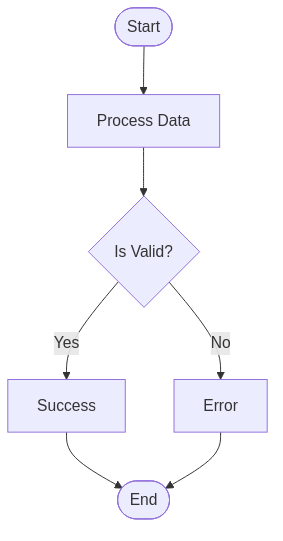
Above: rendered_output/charts/diagram-2.png in Replicant-Partners/fermi (Mermaid), before the change. Its source is kept beside it as rendered_output/charts/diagram-2.mmd.
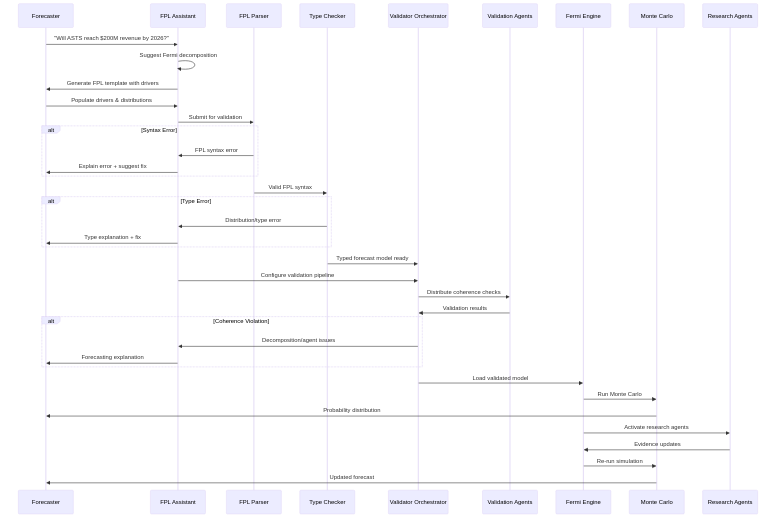
Later version of the same file.

Change to the diagram source:
```diff
@@ -20,10 +20,53 @@
       'fontSize': '14px'
     }
   }
-}%%flowchart TD
-    Start([Start]) --> Process[Process Data]
-    Process --> Decision{Is Valid?}
-    Decision -->|Yes| Success[Success]
-    Decision -->|No| Error[Error]
-    Success --> End([End])
-    Error --> End
+}%%sequenceDiagram
+    participant F as Forecaster
+    participant FCA as FPL Assistant
+    participant Parser as FPL Parser
+    participant TypeChk as Type Checker
+    participant Orch as Validator Orchestrator
+    participant VA as Validation Agents
+    participant Eng as Fermi Engine
+    participant Sim as Monte Carlo
+    participant RA as Research Agents
+
+    F->>FCA: "Will ASTS reach $200M revenue by 2026?"
+    FCA->>FCA: Suggest Fermi decomposition
+    FCA->>F: Generate FPL template with drivers
+
+    F->>FCA: Populate drivers & distributions
+    FCA->>Parser: Submit for validation
+
+    alt Syntax Error
+        Parser->>FCA: FPL syntax error
+        FCA->>F: Explain error + suggest fix
+    end
+
+    Parser->>TypeChk: Valid FPL syntax
+
+    alt Type Error
+        TypeChk->>FCA: Distribution/type error
+        FCA->>F: Type explanation + fix
+    end
+
+    TypeChk->>Orch: Typed forecast model ready
+
+    FCA->>Orch: Configure validation pipeline
+
+    Orch->>VA: Distribute coherence checks
+    VA->>Orch: Validation results
+
+    alt Coherence Violation
+        Orch->>FCA: Decomposition/agent issues
+        FCA->>F: Forecasting explanation
+    end
+
+    Orch->>Eng: Load validated model
+    Eng->>Sim: Run Monte Carlo
+    Sim->>F: Probability distribution
+
+    Eng->>RA: Activate research agents
+    RA->>Eng: Evidence updates
+    Eng->>Sim: Re-run simulation
+    Sim->>F: Updated forecast
```
